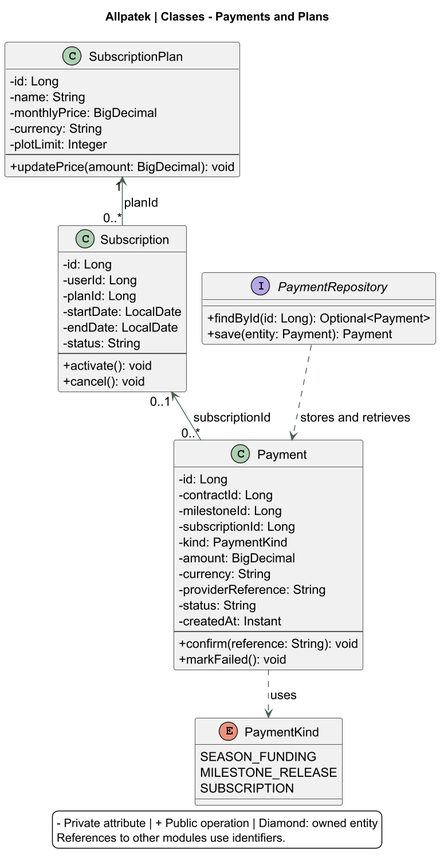
Above: assets/chapter-04/architecture/11-classes-payments.png in upc-pre-202620-1asi0729-7753-Terranova/allpatek-report (PlantUML), before the change. Source of this version:
```plantuml
@startuml
!pragma layout smetana
skinparam backgroundColor white
skinparam defaultFontName SansSerif
skinparam defaultFontSize 15
skinparam shadowing false
skinparam classAttributeIconSize 0
skinparam ArrowColor #476050
skinparam dpi 140
title Allpatek | Classes - Payments and Plans
top to bottom direction
class Payment {
 -id: Long
 -contractId: Long
 -milestoneId: Long
 -subscriptionId: Long
 -kind: PaymentKind
 -amount: BigDecimal
 -currency: String
 -providerReference: String
 -status: String
 -createdAt: Instant
 --
+confirm(reference: String): void
+markFailed(): void
}
class SubscriptionPlan {
 -id: Long
 -name: String
 -monthlyPrice: BigDecimal
 -currency: String
 -plotLimit: Integer
 --
+updatePrice(amount: BigDecimal): void
}
class Subscription {
 -id: Long
 -userId: Long
 -planId: Long
 -startDate: LocalDate
 -endDate: LocalDate
 -status: String
 --
+activate(): void
+cancel(): void
}
enum PaymentKind {
SEASON_FUNDING
MILESTONE_RELEASE
SUBSCRIPTION
}
Payment ..> PaymentKind : uses
interface PaymentRepository {
 +findById(id: Long): Optional<Payment>
 +save(entity: Payment): Payment
}
PaymentRepository ..> Payment : stores and retrieves
Subscription "0..1" <-- "0..*" Payment : subscriptionId
SubscriptionPlan "1" <-- "0..*" Subscription : planId
legend bottom
- Private attribute | + Public operation | Diamond: owned entity
References to other modules use identifiers.
endlegend
@enduml
```
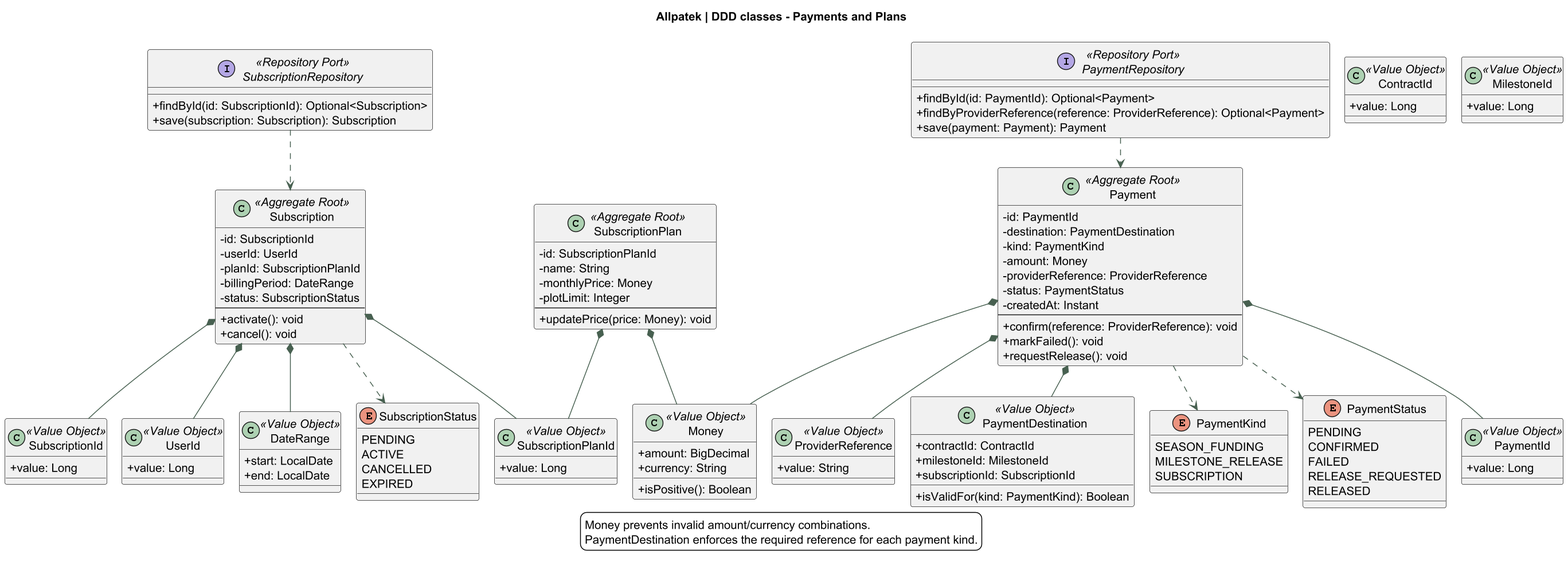
Later version of the same file.

What changed in the source:
```diff
@@ -2,63 +2,132 @@
 !pragma layout smetana
 skinparam backgroundColor white
 skinparam defaultFontName SansSerif
-skinparam defaultFontSize 15
+skinparam defaultFontSize 14
 skinparam shadowing false
 skinparam classAttributeIconSize 0
 skinparam ArrowColor #476050
 skinparam dpi 140
-title Allpatek | Classes - Payments and Plans
+title Allpatek | DDD classes - Payments and Plans
 top to bottom direction
-class Payment {
- -id: Long
- -contractId: Long
- -milestoneId: Long
- -subscriptionId: Long
+
+class Payment <<Aggregate Root>> {
+ -id: PaymentId
+ -destination: PaymentDestination
  -kind: PaymentKind
- -amount: BigDecimal
- -currency: String
- -providerReference: String
- -status: String
+ -amount: Money
+ -providerReference: ProviderReference
+ -status: PaymentStatus
  -createdAt: Instant
  --
-+confirm(reference: String): void
-+markFailed(): void
+ +confirm(reference: ProviderReference): void
+ +markFailed(): void
+ +requestRelease(): void
 }
-class SubscriptionPlan {
- -id: Long
+
+class SubscriptionPlan <<Aggregate Root>> {
+ -id: SubscriptionPlanId
  -name: String
- -monthlyPrice: BigDecimal
- -currency: String
+ -monthlyPrice: Money
  -plotLimit: Integer
  --
-+updatePrice(amount: BigDecimal): void
+ +updatePrice(price: Money): void
 }
-class Subscription {
- -id: Long
- -userId: Long
- -planId: Long
- -startDate: LocalDate
- -endDate: LocalDate
- -status: String
+
+class Subscription <<Aggregate Root>> {
+ -id: SubscriptionId
+ -userId: UserId
+ -planId: SubscriptionPlanId
+ -billingPeriod: DateRange
+ -status: SubscriptionStatus
  --
-+activate(): void
-+cancel(): void
+ +activate(): void
+ +cancel(): void
 }
+
+class PaymentId <<Value Object>> {
+ +value: Long
+}
+class SubscriptionPlanId <<Value Object>> {
+ +value: Long
+}
+class SubscriptionId <<Value Object>> {
+ +value: Long
+}
+class UserId <<Value Object>> {
+ +value: Long
+}
+class ContractId <<Value Object>> {
+ +value: Long
+}
+class MilestoneId <<Value Object>> {
+ +value: Long
+}
+class Money <<Value Object>> {
+ +amount: BigDecimal
+ +currency: String
+ +isPositive(): Boolean
+}
+class ProviderReference <<Value Object>> {
+ +value: String
+}
+class PaymentDestination <<Value Object>> {
+ +contractId: ContractId
+ +milestoneId: MilestoneId
+ +subscriptionId: SubscriptionId
+ +isValidFor(kind: PaymentKind): Boolean
+}
+class DateRange <<Value Object>> {
+ +start: LocalDate
+ +end: LocalDate
+}
+
 enum PaymentKind {
-SEASON_FUNDING
-MILESTONE_RELEASE
-SUBSCRIPTION
+ SEASON_FUNDING
+ MILESTONE_RELEASE
+ SUBSCRIPTION
 }
-Payment ..> PaymentKind : uses
-interface PaymentRepository {
- +findById(id: Long): Optional<Payment>
- +save(entity: Payment): Payment
+enum PaymentStatus {
+ PENDING
+ CONFIRMED
+ FAILED
+ RELEASE_REQUESTED
+ RELEASED
 }
-PaymentRepository ..> Payment : stores and retrieves
-Subscription "0..1" <-- "0..*" Payment : subscriptionId
-SubscriptionPlan "1" <-- "0..*" Subscription : planId
+enum SubscriptionStatus {
+ PENDING
+ ACTIVE
+ CANCELLED
+ EXPIRED
+}
+
+interface PaymentRepository <<Repository Port>> {
+ +findById(id: PaymentId): Optional<Payment>
+ +findByProviderReference(reference: ProviderReference): Optional<Payment>
+ +save(payment: Payment): Payment
+}
+interface SubscriptionRepository <<Repository Port>> {
+ +findById(id: SubscriptionId): Optional<Subscription>
+ +save(subscription: Subscription): Subscription
+}
+
+Payment *-- PaymentId
+Payment *-- PaymentDestination
+Payment *-- Money
+Payment *-- ProviderReference
+Payment ..> PaymentKind
+Payment ..> PaymentStatus
+SubscriptionPlan *-- SubscriptionPlanId
+SubscriptionPlan *-- Money
+Subscription *-- SubscriptionId
+Subscription *-- UserId
+Subscription *-- SubscriptionPlanId
+Subscription *-- DateRange
+Subscription ..> SubscriptionStatus
+PaymentRepository ..> Payment
+SubscriptionRepository ..> Subscription
+
 legend bottom
-- Private attribute | + Public operation | Diamond: owned entity
-References to other modules use identifiers.
+Money prevents invalid amount/currency combinations.
+PaymentDestination enforces the required reference for each payment kind.
 endlegend
 @enduml
```
